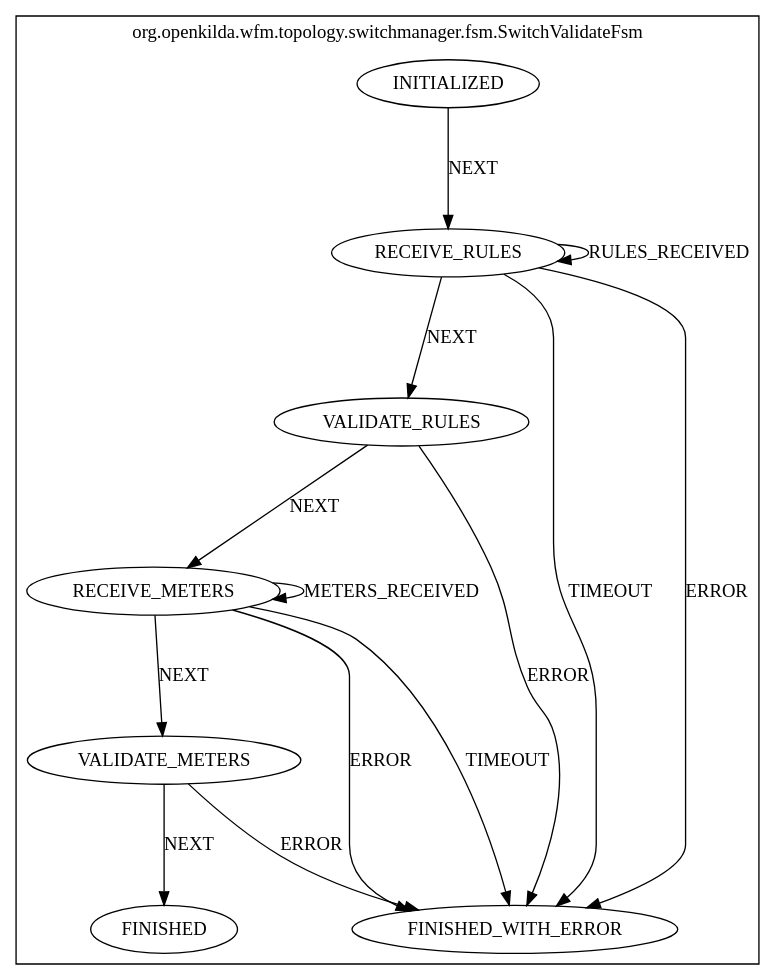
This is docs/design/hub-and-spoke/switch-validate/switch-validate-fsm.png from telstra/open-kilda, a Graphviz export, as it was before one commit. Its source is kept beside it as docs/design/hub-and-spoke/switch-validate/switch-validate-fsm.dot.
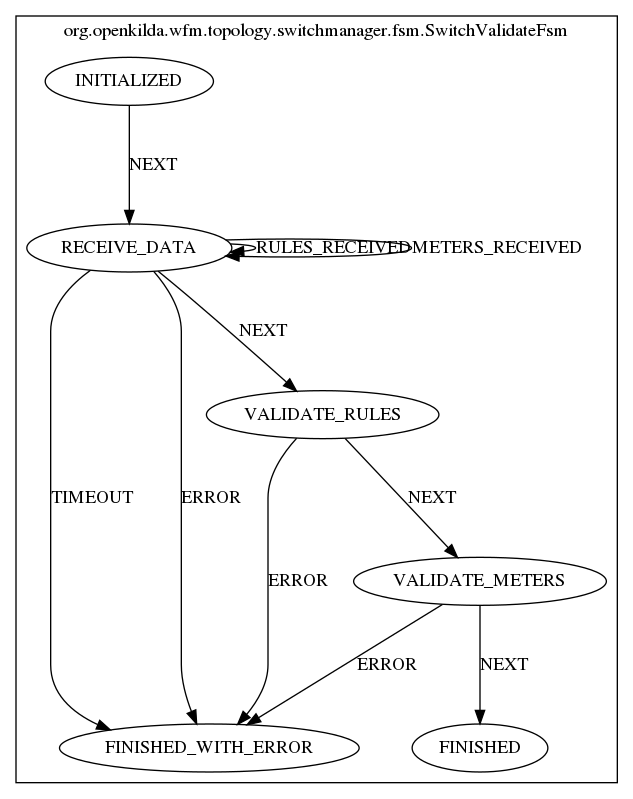
Above is the later version.

Diff of the diagram source:
```diff
@@ -1,25 +1,21 @@
 digraph {
-    compound=true;
-    subgraph cluster_StateMachine {
-    label="org.openkilda.wfm.topology.switchmanager.fsm.SwitchValidateFsm";
-    RECEIVE_METERS [label="RECEIVE_METERS"];
-    VALIDATE_RULES [label="VALIDATE_RULES"];
-    FINISHED_WITH_ERROR [label="FINISHED_WITH_ERROR"];
-    INITIALIZED [label="INITIALIZED"];
-    VALIDATE_METERS [label="VALIDATE_METERS"];
-    RECEIVE_RULES [label="RECEIVE_RULES"];
-    FINISHED [label="FINISHED"];
+compound=true;
+subgraph cluster_StateMachine {
+label="org.openkilda.wfm.topology.switchmanager.fsm.SwitchValidateFsm";
+INITIALIZED [label="INITIALIZED"];
+FINISHED_WITH_ERROR [label="FINISHED_WITH_ERROR"];
+FINISHED [label="FINISHED"];
+VALIDATE_RULES [label="VALIDATE_RULES"];
+RECEIVE_DATA [label="RECEIVE_DATA"];
+VALIDATE_METERS [label="VALIDATE_METERS"];
 
-    RECEIVE_METERS -> RECEIVE_METERS [ label="METERS_RECEIVED"];
-    RECEIVE_METERS -> FINISHED_WITH_ERROR [ label="TIMEOUT"];
-    RECEIVE_METERS -> FINISHED_WITH_ERROR [ label="ERROR"];
-    RECEIVE_METERS -> VALIDATE_METERS [ label="NEXT"];
-    VALIDATE_RULES -> FINISHED_WITH_ERROR [ label="ERROR"];
-    VALIDATE_RULES -> RECEIVE_METERS [ label="NEXT"];
-    INITIALIZED -> RECEIVE_RULES [ label="NEXT"];
-    VALIDATE_METERS -> FINISHED_WITH_ERROR [ label="ERROR"];
-    VALIDATE_METERS -> FINISHED [ label="NEXT"];
-    RECEIVE_RULES -> RECEIVE_RULES [ label="RULES_RECEIVED"];
-    RECEIVE_RULES -> FINISHED_WITH_ERROR [ label="TIMEOUT"];
-    RECEIVE_RULES -> FINISHED_WITH_ERROR [ label="ERROR"];
-    RECEIVE_RULES -> VALIDATE_RULES [ label="NEXT"];}}
+INITIALIZED -> RECEIVE_DATA [ label="NEXT"];
+VALIDATE_RULES -> FINISHED_WITH_ERROR [ label="ERROR"];
+VALIDATE_RULES -> VALIDATE_METERS [ label="NEXT"];
+RECEIVE_DATA -> RECEIVE_DATA [ label="RULES_RECEIVED"];
+RECEIVE_DATA -> RECEIVE_DATA [ label="METERS_RECEIVED"];
+RECEIVE_DATA -> FINISHED_WITH_ERROR [ label="TIMEOUT"];
+RECEIVE_DATA -> FINISHED_WITH_ERROR [ label="ERROR"];
+RECEIVE_DATA -> VALIDATE_RULES [ label="NEXT"];
+VALIDATE_METERS -> FINISHED_WITH_ERROR [ label="ERROR"];
+VALIDATE_METERS -> FINISHED [ label="NEXT"];}}
```
